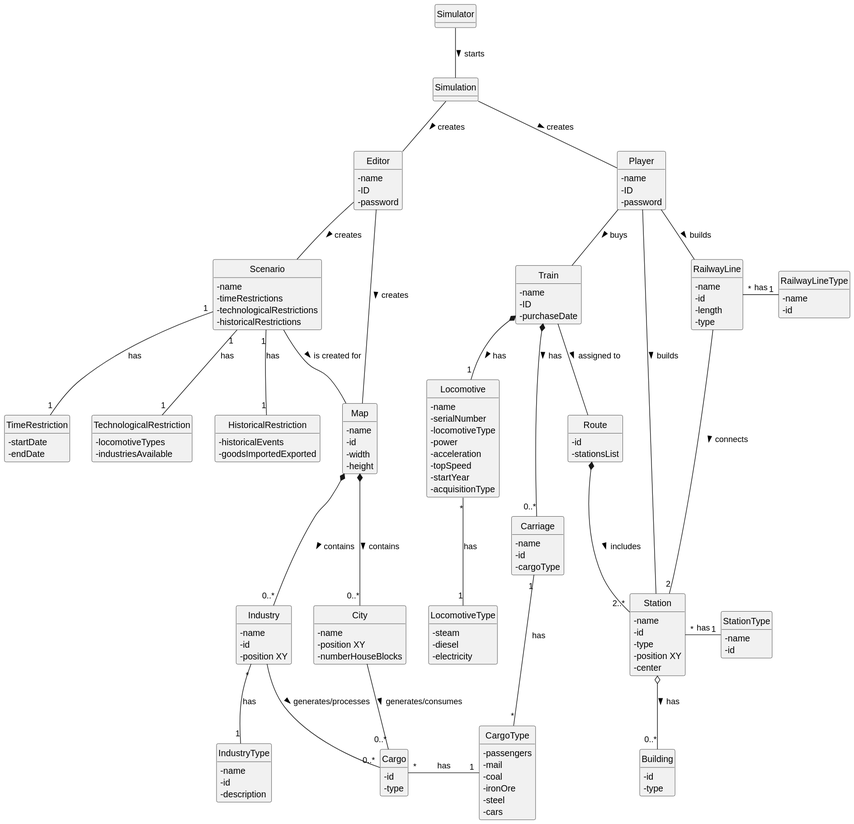
This is docs/sprint3/global-artifacts/02.analysis/svg/project-domain-model.svg from ivasduarte/all-aboard, a PlantUML export, as it was before one commit.
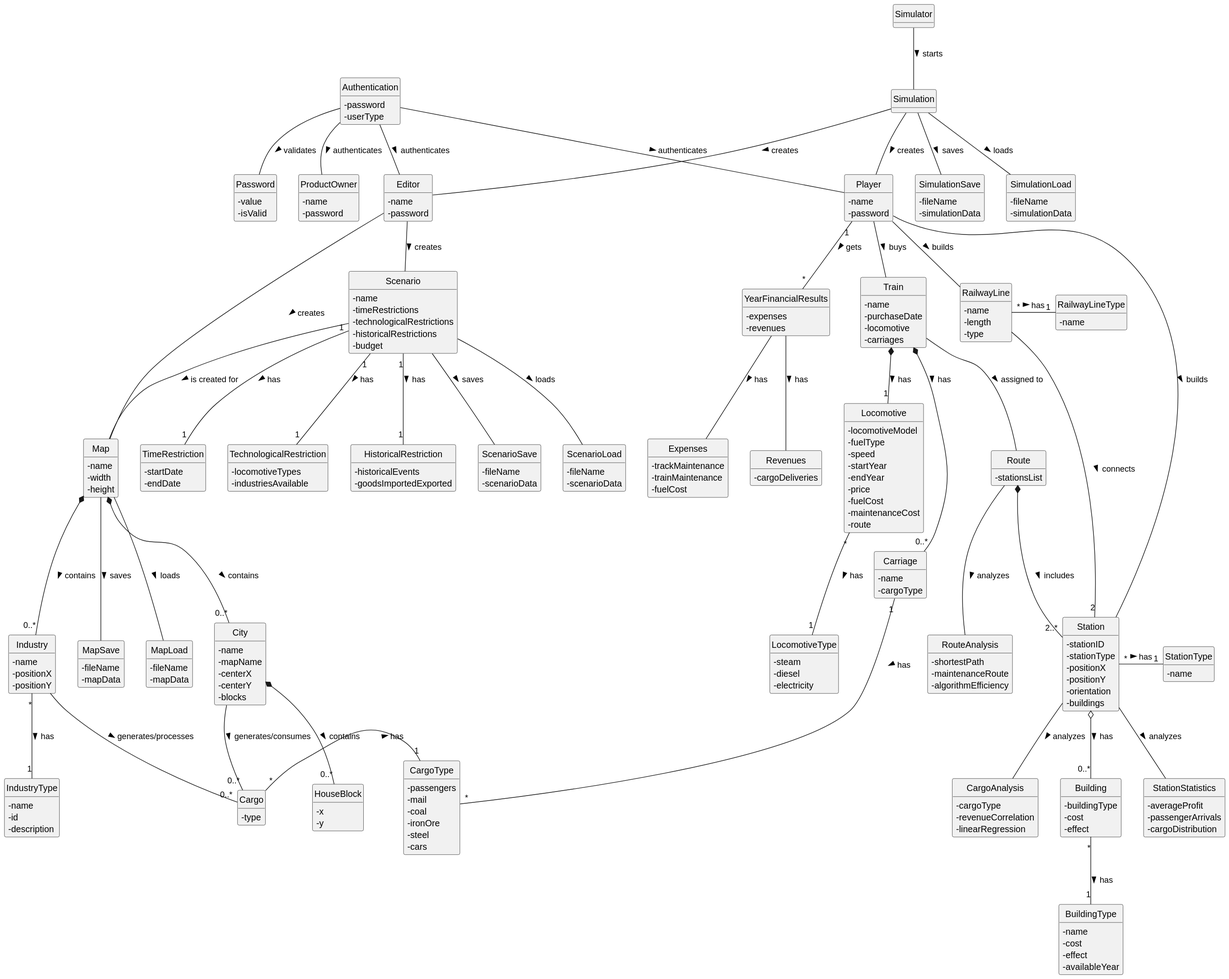
Later version of the same file.

Commit message:
(docs): project domain model update

Change to the diagram source:
```diff
@@ -7,15 +7,28 @@
 hide circle
 hide methods
 
+class Authentication {
+    - password
+    - userType
+}
+
+class Password {
+    - value
+    - isValid
+}
+
 class Editor {
     - name
-    - ID
     - password
 }
 
 class Player {
     - name
-    - ID
+    - password
+}
+
+class ProductOwner {
+    - name
     - password
 }
 
@@ -25,23 +38,59 @@
 class Simulation {
 }
 
+class SimulationSave {
+    - fileName
+    - simulationData
+}
+
+class SimulationLoad {
+    - fileName
+    - simulationData
+}
+
+class MapSave {
+    - fileName
+    - mapData
+}
+
+class MapLoad {
+    - fileName
+    - mapData
+}
+
+class ScenarioSave {
+    - fileName
+    - scenarioData
+}
+
+class ScenarioLoad {
+    - fileName
+    - scenarioData
+}
+
 class Map {
     - name
-    - id
     - width
     - height
 }
 
 class City {
     - name
-    - position XY
-    - numberHouseBlocks
+    - mapName
+    - centerX
+    - centerY
+    - blocks
+}
+
+class HouseBlock {
+    - x
+    - y
 }
 
 class Industry {
     - name
-    - id
-    - position XY
+    - positionX
+    - positionY
 }
 
 class IndustryType {
@@ -55,6 +104,7 @@
     - timeRestrictions
     - technologicalRestrictions
     - historicalRestrictions
+    - budget
 }
 
 class TimeRestriction {
@@ -73,25 +123,32 @@
 }
 
 class Station {
-    - name
-    - id
-    - type
-    - position XY
-    - center
+    - stationID
+    - stationType
+    - positionX
+    - positionY
+    - orientation
+    - buildings
 }
 
 class StationType {
     - name
-    - id
 }
 
 class Building {
-    - id
-    - type
+    - buildingType
+    - cost
+    - effect
+}
+
+class BuildingType {
+    - name
+    - cost
+    - effect
+    - availableYear
 }
 
 class Cargo {
-    - id
     - type
 }
 
@@ -105,37 +162,36 @@
 }
 
 class Route {
-    - id
     - stationsList
 }
 
 class RailwayLine {
     - name
-    - id
     - length
     - type
 }
 
 class RailwayLineType {
     - name
-    - id
 }
 
 class Train {
     - name
-    - ID
     - purchaseDate
+    - locomotive
+    - carriages
 }
 
 class Locomotive {
-    - name
-    - serialNumber
-    - locomotiveType
-    - power
-    - acceleration
-    - topSpeed
+    - locomotiveModel
+    - fuelType
+    - speed
     - startYear
-    - acquisitionType
+    - endYear
+    - price
+    - fuelCost
+    - maintenanceCost
+    - route
 }
 
 class LocomotiveType {
@@ -146,9 +202,46 @@
 
 class Carriage {
     - name
-    - id
     - cargoType
 }
+
+class YearFinancialResults {
+    - expenses
+    - revenues
+}
+
+class Expenses {
+    - trackMaintenance
+    - trainMaintenance
+    - fuelCost
+}
+
+class Revenues {
+    - cargoDeliveries
+}
+
+class StationStatistics {
+    - averageProfit
+    - passengerArrivals
+    - cargoDistribution
+}
+
+class CargoAnalysis {
+    - cargoType
+    - revenueCorrelation
+    - linearRegression
+}
+
+class RouteAnalysis {
+    - shortestPath
+    - maintenanceRoute
+    - algorithmEfficiency
+}
+
+Authentication -- Password : validates >
+Authentication -- Editor : authenticates >
+Authentication -- Player : authenticates >
+Authentication -- ProductOwner : authenticates >
 
 Simulator -- Simulation : starts >
 
@@ -158,20 +251,27 @@
 Map *-- "0..*" Industry : contains >
 Scenario -- Map : is created for >
 
+City *-- "0..*" HouseBlock : contains >
+
 Station o-- "0..*" Building : has >
+Building "*" -- "1" BuildingType : has >
 
 RailwayLine -- "2" Station : connects >
 
 Player -- Station : builds >
 Player -- RailwayLine : builds >
 Player -- Train : buys >
+Player "1" -- "*" YearFinancialResults : gets >
+
+YearFinancialResults -- Expenses : has >
+YearFinancialResults -- Revenues : has >
 
 Simulation -- Player: creates >
 Simulation -- Editor: creates >
 
 Train *-- "1" Locomotive : has >
-Locomotive "*" -- "1" LocomotiveType : has
-Carriage "1" - "*" CargoType : has
+Locomotive "*" -- "1" LocomotiveType : has >
+Carriage "1" - "*" CargoType : has >
 Train *-- "0..*" Carriage : has >
 Train -- Route : assigned to >
 Route *-- "2..*" Station : includes >
@@ -179,13 +279,24 @@
 City -- "0..*" Cargo : generates/consumes >
 Industry -- "0..*" Cargo : generates/processes >
 
-Cargo "*" - "1" CargoType : has
+Cargo "*" - "1" CargoType : has >
 
-Scenario "1" -- "1" TimeRestriction : has
-Scenario "1" -- "1" TechnologicalRestriction : has
-Scenario "1" -- "1" HistoricalRestriction : has
+Scenario "1" -- "1" TimeRestriction : has >
+Scenario "1" -- "1" TechnologicalRestriction : has >
+Scenario "1" -- "1" HistoricalRestriction : has >
 
-Industry "*" -- "1" IndustryType : has
-Station "*" - "1" StationType : has
-RailwayLine "*" - "1" RailwayLineType : has
+Industry "*" -- "1" IndustryType : has >
+Station "*" - "1" StationType : has >
+RailwayLine "*" - "1" RailwayLineType : has >
+
+Simulation -- SimulationSave : saves >
+Simulation -- SimulationLoad : loads >
+Map -- MapSave : saves >
+Map -- MapLoad : loads >
+Scenario -- ScenarioSave : saves >
+Scenario -- ScenarioLoad : loads >
+
+Station -- StationStatistics : analyzes >
+Station -- CargoAnalysis : analyzes >
+Route -- RouteAnalysis : analyzes >
 @enduml
```
